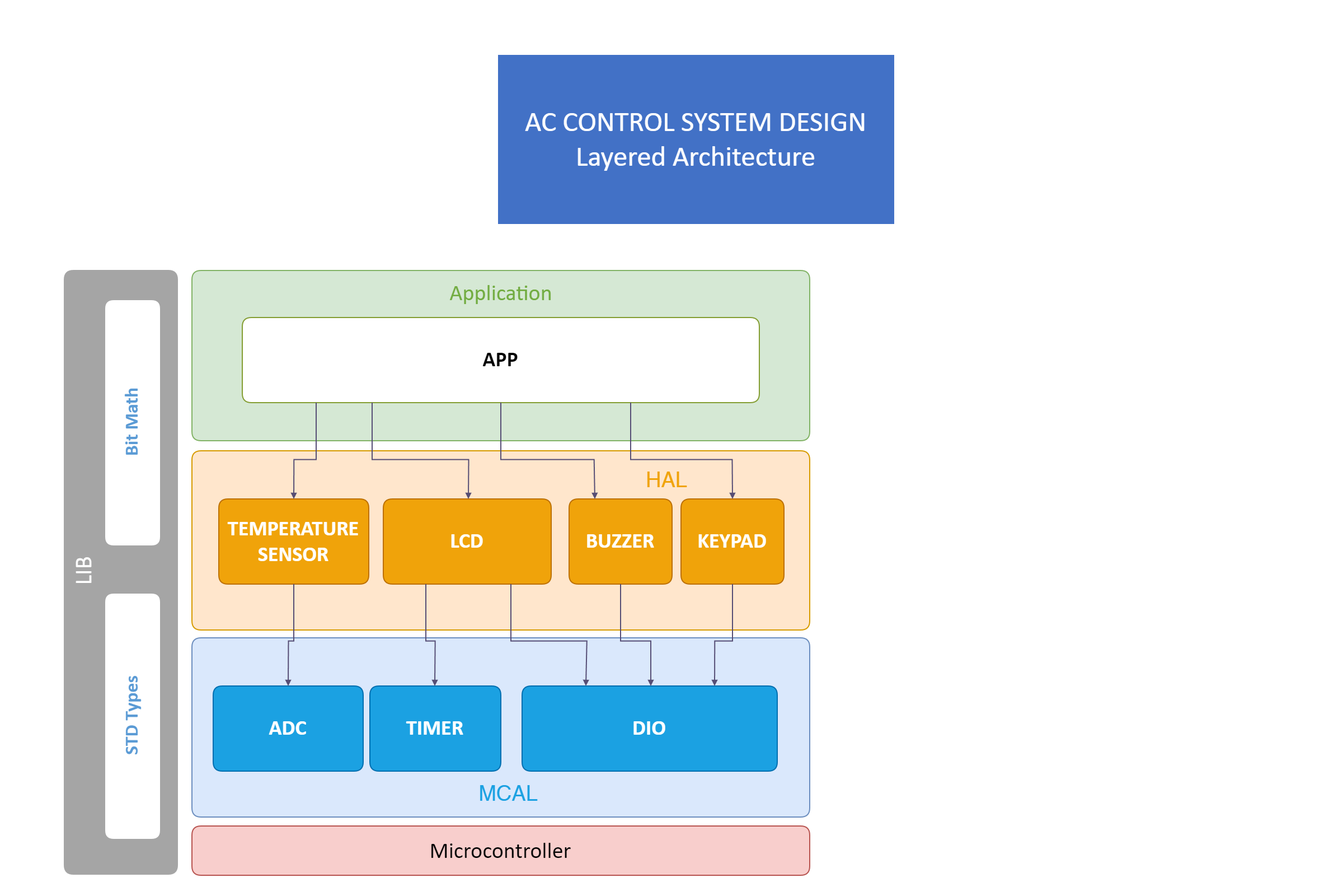
The draw.io diagram Documents/Flowcharts - drawio files/png/LayeredArchitecture.drawio.png in Mahmoud-Mowafy/AC_Control_System, before a commit. Source tidied: cells renumbered, new cells last; positions are measured from the earlier drawing's top-left corner, leaving out a move shared by most shapes.
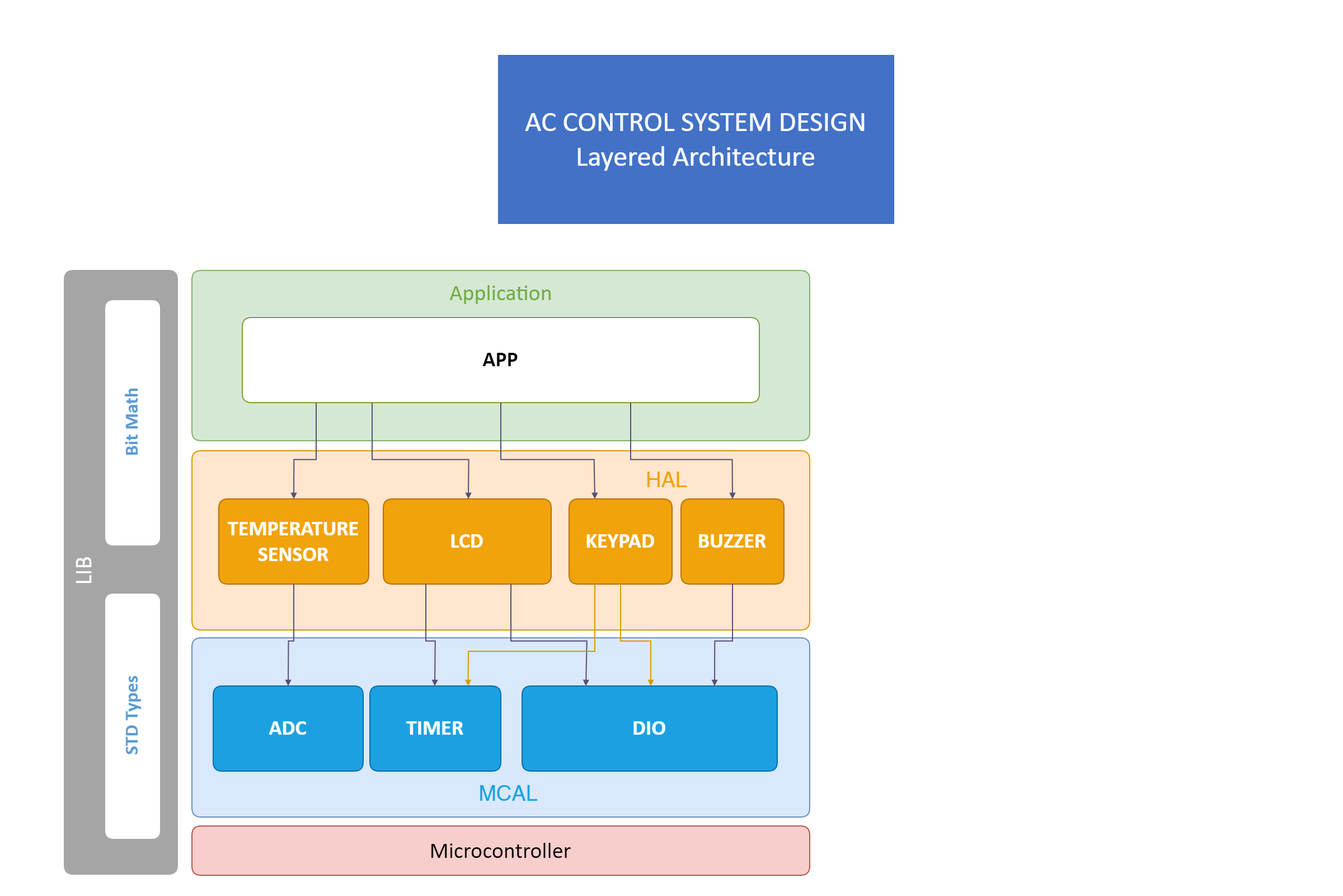
The same file after the commit.

Commit message:
update (layered-arch): relation for keypad files

The edit, as a diff of the source:
```diff
@@ -116,7 +116,7 @@
     <mxCell id="39" style="vsdxID=333;fillColor=none;gradientColor=none;strokeColor=none;spacingTop=-1;spacingBottom=-1;spacingLeft=-1;spacingRight=-1;points=[[0,0.75,0],[0,0.5,0],[0,0.25,0],[0.25,0,0],[0.5,0,0],[0.75,0,0],[1,0.25,0],[1,0.5,0],[1,0.75,0],[0.75,1,0],[0.5,1,0],[0.25,1,0]];labelBackgroundColor=none;rounded=1;html=1;whiteSpace=wrap;fontFamily=Calibri;fontSize=19;fontStyle=1;fontColor=#FFFFFF;" parent="1" vertex="1">
       <mxGeometry x="596" y="397" width="92" height="76" as="geometry" />
     </mxCell>
-    <mxCell id="40" value="KEYPAD" style="vsdxID=334;fillColor=#f0a30a;shape=(stored shape, 196 characters);strokeColor=#BD7000;spacingTop=-1;spacingBottom=-1;spacingLeft=-1;spacingRight=-1;labelBackgroundColor=none;rounded=1;html=1;whiteSpace=wrap;fontColor=#FFFFFF;fontFamily=Calibri;fontSize=19;fontStyle=1;" parent="39" vertex="1">
+    <mxCell id="40" value="BUZZER" style="vsdxID=334;fillColor=#f0a30a;shape=(stored shape, 196 characters);strokeColor=#BD7000;spacingTop=-1;spacingBottom=-1;spacingLeft=-1;spacingRight=-1;labelBackgroundColor=none;rounded=1;html=1;whiteSpace=wrap;fontColor=#FFFFFF;fontFamily=Calibri;fontSize=19;fontStyle=1;" parent="39" vertex="1">
       <mxGeometry width="92" height="76" as="geometry" />
     </mxCell>
     <mxCell id="41" value="&lt;div style=&quot;font-size: 19px;&quot;&gt;&lt;/div&gt;" style="verticalAlign=middle;align=center;overflow=width;vsdxID=338;fillColor=none;gradientColor=none;strokeColor=none;strokeWidth=2;spacingTop=-3;spacingBottom=-3;spacingLeft=-3;spacingRight=-3;labelBackgroundColor=none;rounded=0;html=1;whiteSpace=wrap;fontFamily=Calibri;fontSize=19;fontStyle=1;fontColor=#FFFFFF;" parent="39" vertex="1">
@@ -200,7 +200,7 @@
     <mxCell id="67" style="vsdxID=861;fillColor=none;gradientColor=none;strokeColor=none;spacingTop=-1;spacingBottom=-1;spacingLeft=-1;spacingRight=-1;points=[[0,0.75,0],[0,0.5,0],[0,0.25,0],[0.25,0,0],[0.5,0,0],[0.75,0,0],[1,0.25,0],[1,0.5,0],[1,0.75,0],[0.75,1,0],[0.5,1,0],[0.25,1,0]];labelBackgroundColor=none;rounded=1;html=1;whiteSpace=wrap;fontFamily=Calibri;fontSize=19;fontStyle=1;fontColor=#FFFFFF;" parent="1" vertex="1">
       <mxGeometry x="496" y="397" width="92" height="76" as="geometry" />
     </mxCell>
-    <mxCell id="68" value="BUZZER" style="vsdxID=862;fillColor=#f0a30a;shape=(stored shape, 196 characters);strokeColor=#BD7000;spacingTop=-1;spacingBottom=-1;spacingLeft=-1;spacingRight=-1;labelBackgroundColor=none;rounded=1;html=1;whiteSpace=wrap;fontColor=#FFFFFF;fontFamily=Calibri;fontSize=19;fontStyle=1;" parent="67" vertex="1">
+    <mxCell id="68" value="KEYPAD" style="vsdxID=862;fillColor=#f0a30a;shape=(stored shape, 196 characters);strokeColor=#BD7000;spacingTop=-1;spacingBottom=-1;spacingLeft=-1;spacingRight=-1;labelBackgroundColor=none;rounded=1;html=1;whiteSpace=wrap;fontColor=#FFFFFF;fontFamily=Calibri;fontSize=19;fontStyle=1;" parent="67" vertex="1">
       <mxGeometry width="92" height="76" as="geometry" />
     </mxCell>
     <mxCell id="69" value="&lt;div style=&quot;font-size: 19px;&quot;&gt;&lt;/div&gt;" style="verticalAlign=middle;align=center;overflow=width;vsdxID=866;fillColor=none;gradientColor=none;strokeColor=none;strokeWidth=2;spacingTop=-3;spacingBottom=-3;spacingLeft=-3;spacingRight=-3;labelBackgroundColor=none;rounded=0;html=1;whiteSpace=wrap;fontFamily=Calibri;fontSize=19;fontStyle=1;fontColor=#FFFFFF;" parent="67" vertex="1">
@@ -209,7 +209,7 @@
     <mxCell id="70" value="&lt;div style=&quot;font-size: 19px;&quot;&gt;&lt;/div&gt;" style="verticalAlign=middle;align=center;overflow=width;vsdxID=874;fillColor=none;gradientColor=none;strokeColor=none;spacingTop=-1;spacingBottom=-1;spacingLeft=-1;spacingRight=-1;labelBackgroundColor=none;rounded=0;html=1;whiteSpace=wrap;fontFamily=Calibri;fontSize=19;fontStyle=1;fontColor=#FFFFFF;" parent="67" vertex="1">
       <mxGeometry x="5" y="5" width="14" height="14" as="geometry" />
     </mxCell>
-    <mxCell id="71" value="&lt;div style=&quot;font-size: 19px;&quot;&gt;&lt;font style=&quot;font-size: 19px; direction: ltr; letter-spacing: 0px; line-height: 120%; opacity: 1;&quot;&gt;&lt;span style=&quot;font-size: 19px;&quot;&gt;BUZZER&lt;br style=&quot;font-size: 19px;&quot;&gt;&lt;/span&gt;&lt;/font&gt;&lt;/div&gt;" style="text;vsdxID=861;fillColor=none;gradientColor=none;strokeColor=none;spacingTop=-1;spacingBottom=-1;spacingLeft=-1;spacingRight=-1;labelBackgroundColor=none;rounded=1;html=1;whiteSpace=wrap;verticalAlign=middle;align=center;overflow=width;html=1;fontFamily=Calibri;fontSize=19;fontStyle=1;fontColor=#FFFFFF;" parent="67" vertex="1">
+    <mxCell id="71" value="&lt;div style=&quot;font-size: 19px;&quot;&gt;&lt;font style=&quot;font-size: 19px; direction: ltr; letter-spacing: 0px; line-height: 120%; opacity: 1;&quot;&gt;&lt;span style=&quot;font-size: 19px;&quot;&gt;`&lt;/span&gt;&lt;/font&gt;&lt;/div&gt;" style="text;vsdxID=861;fillColor=none;gradientColor=none;strokeColor=none;spacingTop=-1;spacingBottom=-1;spacingLeft=-1;spacingRight=-1;labelBackgroundColor=none;rounded=1;html=1;whiteSpace=wrap;verticalAlign=middle;align=center;overflow=width;html=1;fontFamily=Calibri;fontSize=19;fontStyle=1;fontColor=#FFFFFF;" parent="67" vertex="1">
       <mxGeometry y="37.9" width="92.1" as="geometry" />
     </mxCell>
     <mxCell id="72" style="vsdxID=884;fillColor=none;gradientColor=none;strokeColor=none;spacingTop=-1;spacingBottom=-1;spacingLeft=-1;spacingRight=-1;points=[[0,0.75,0],[0,0.5,0],[0,0.25,0],[0.25,0,0],[0.5,0,0],[0.75,0,0],[1,0.25,0],[1,0.5,0],[1,0.75,0],[0.75,1,0],[0.5,1,0],[0.25,1,0]];labelBackgroundColor=none;rounded=1;html=1;whiteSpace=wrap;fontFamily=Calibri;fontSize=19;fontStyle=1;fontColor=#FFFFFF;" parent="1" vertex="1">
@@ -278,7 +278,7 @@
         <mxPoint x="8" y="-1" as="offset" />
       </mxGeometry>
     </mxCell>
-    <mxCell id="86" value="&lt;div style=&quot;font-size: 19px;&quot;&gt;&lt;/div&gt;" style="vsdxID=930;edgeStyle=none;startArrow=none;endArrow=block;startSize=3;endSize=3;strokeColor=#564e75;spacingTop=0;spacingBottom=0;spacingLeft=0;spacingRight=0;verticalAlign=middle;html=1;labelBackgroundColor=#ffffff;rounded=0;align=center;overflow=width;exitX=0.5;exitY=1;exitDx=0;exitDy=0;exitPerimeter=0;entryX=0.5043859649122807;entryY=0;entryDx=0;entryDy=0;entryPerimeter=0;fontFamily=Calibri;fontSize=19;fontStyle=1;fontColor=#FFFFFF;" parent="1" edge="1" source="67" target="44">
+    <mxCell id="86" value="&lt;div style=&quot;font-size: 19px;&quot;&gt;&lt;/div&gt;" style="vsdxID=930;edgeStyle=none;startArrow=none;endArrow=block;startSize=3;endSize=3;strokeColor=#d79b00;spacingTop=0;spacingBottom=0;spacingLeft=0;spacingRight=0;verticalAlign=middle;html=1;labelBackgroundColor=#ffffff;rounded=0;align=center;overflow=width;exitX=0.5;exitY=1;exitDx=0;exitDy=0;exitPerimeter=0;entryX=0.5043859649122807;entryY=0;entryDx=0;entryDy=0;entryPerimeter=0;fontFamily=Calibri;fontSize=19;fontStyle=1;fontColor=#FFFFFF;fillColor=#ffe6cc;" parent="1" edge="1" source="67" target="44">
       <mxGeometry relative="1" as="geometry">
         <Array as="points">
           <mxPoint x="542" y="523.8" />
@@ -330,5 +330,14 @@
     <mxCell id="93" value="&lt;div style=&quot;font-size: 19px;&quot;&gt;&lt;font style=&quot;font-size: 19px; direction: ltr; letter-spacing: 0px; line-height: 120%; opacity: 1;&quot;&gt;Microcontroller&lt;br style=&quot;font-size: 19px;&quot;&gt;&lt;/font&gt;&lt;/div&gt;" style="text;vsdxID=94;fillColor=none;gradientColor=none;strokeColor=none;spacingTop=-1;spacingBottom=-1;spacingLeft=-1;spacingRight=-1;labelBackgroundColor=none;rounded=1;html=1;whiteSpace=wrap;verticalAlign=middle;align=center;overflow=width;html=1;fontFamily=Calibri;fontSize=19;fontStyle=1;fontColor=#FFFFFF;" parent="1" vertex="1">
       <mxGeometry x="159" y="710.8" width="552.5" as="geometry" />
     </mxCell>
+    <mxCell id="94" value="&lt;div style=&quot;font-size: 19px;&quot;&gt;&lt;/div&gt;" style="vsdxID=930;edgeStyle=none;startArrow=none;endArrow=block;startSize=3;endSize=3;strokeColor=#d79b00;spacingTop=0;spacingBottom=0;spacingLeft=0;spacingRight=0;verticalAlign=middle;html=1;labelBackgroundColor=#ffffff;rounded=0;align=center;overflow=width;exitX=0.25;exitY=1;exitDx=0;exitDy=0;exitPerimeter=0;entryX=0.75;entryY=0;entryDx=0;entryDy=0;entryPerimeter=0;fontFamily=Calibri;fontSize=19;fontStyle=1;fontColor=#FFFFFF;fillColor=#ffe6cc;" parent="1" edge="1" source="67" target="78">
+      <mxGeometry relative="1" as="geometry">
+        <Array as="points">
+          <mxPoint x="519" y="533" />
+          <mxPoint x="406" y="533" />
+        </Array>
+        <mxPoint x="-1" as="offset" />
+      </mxGeometry>
+    </mxCell>
   </root>
 </mxGraphModel>
```
